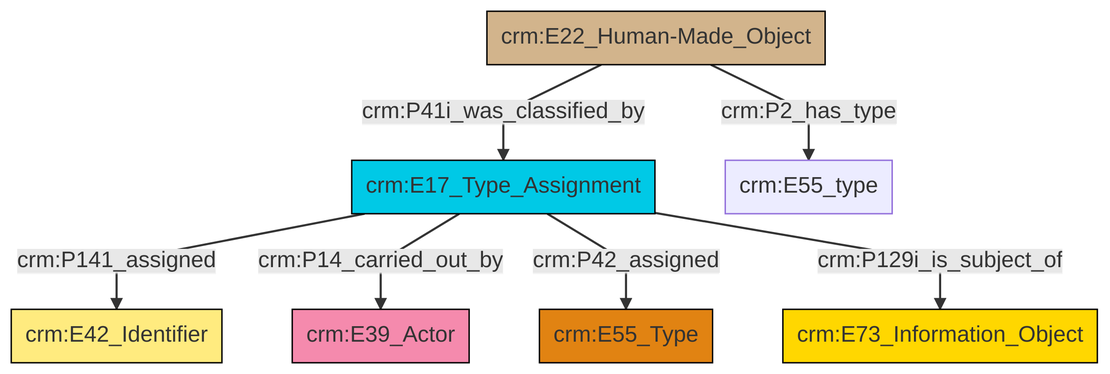
This is et/builtWorkCSV/ttl/mmd/png/Built_Work_designation_status.png from swiss-art-research-net/docs.swissartresearch, a Mermaid export, as it was before one commit. Its source is kept beside it as et/builtWorkCSV/ttl/mmd/Built_Work_designation_status.ttl.mmd.
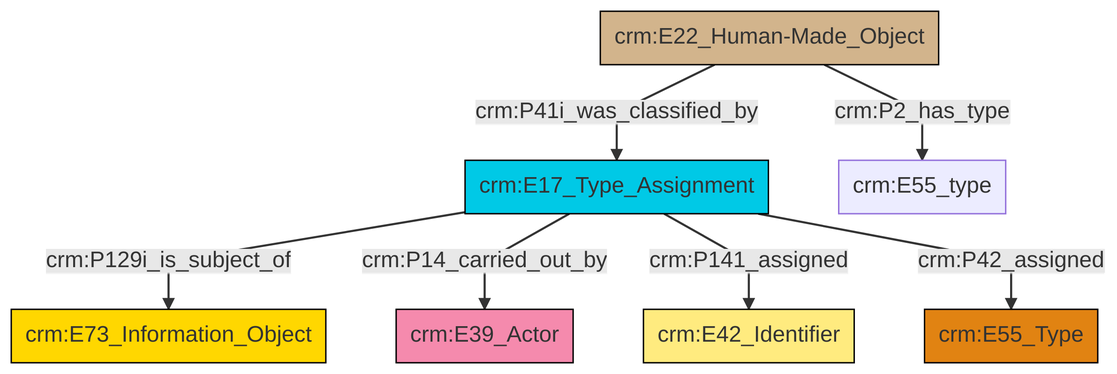
Later version of the same file.

What changed in the source:
```diff
@@ -13,9 +13,9 @@
 classDef PC_Classes fill:#4ce600, stroke:#000000;
 classDef Multi fill:#cccccc,stroke:#000000;
 
-2["crm:E17_Type_Assignment"]:::Temporal_Entity -->|crm:P141_assigned| 0["crm:E42_Identifier"]:::Appellation
-3["crm:E22_Human-Made_Object"]:::Physical_Thing -->|crm:P41i_was_classified_by| 2["crm:E17_Type_Assignment"]:::Temporal_Entity
-2["crm:E17_Type_Assignment"]:::Temporal_Entity -->|crm:P14_carried_out_by| 4["crm:E39_Actor"]:::Actor
-2["crm:E17_Type_Assignment"]:::Temporal_Entity -->|crm:P42_assigned| 6["crm:E55_Type"]:::Type
-3["crm:E22_Human-Made_Object"]:::Physical_Thing -->|crm:P2_has_type| 7["crm:E55_type"]:::Default
-2["crm:E17_Type_Assignment"]:::Temporal_Entity -->|crm:P129i_is_subject_of| 9["crm:E73_Information_Object"]:::Conceptual_Object
+4["crm:E17_Type_Assignment"]:::Temporal_Entity -->|crm:P129i_is_subject_of| 5["crm:E73_Information_Object"]:::Conceptual_Object
+4["crm:E17_Type_Assignment"]:::Temporal_Entity -->|crm:P14_carried_out_by| 8["crm:E39_Actor"]:::Actor
+2["crm:E22_Human-Made_Object"]:::Physical_Thing -->|crm:P41i_was_classified_by| 4["crm:E17_Type_Assignment"]:::Temporal_Entity
+2["crm:E22_Human-Made_Object"]:::Physical_Thing -->|crm:P2_has_type| 12["crm:E55_type"]:::Default
+4["crm:E17_Type_Assignment"]:::Temporal_Entity -->|crm:P141_assigned| 6["crm:E42_Identifier"]:::Appellation
+4["crm:E17_Type_Assignment"]:::Temporal_Entity -->|crm:P42_assigned| 0["crm:E55_Type"]:::Type
```
